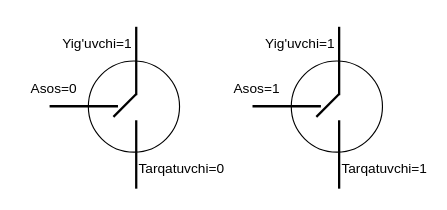
Above: source/python1/images/logical gate(transistor).drawio in MusulmonLolayev/ai-courses (draw.io), before the change. Source tidied: cells renumbered, new cells numbered last; positions are measured from the earlier drawing's top-left corner, leaving out a move shared by most shapes. Both pictures are drawn from the tidied source at 114%, with x=0, y=0 at pixel (19, 26).
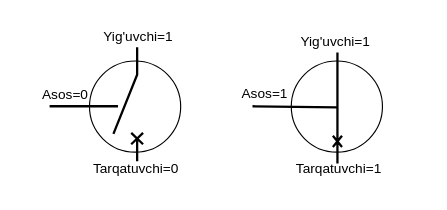
The same page after the edit.

Change to the diagram source:
```diff
@@
     <mxCell id="2" style="ellipse;whiteSpace=wrap;html=1;fillColor=none;" parent="1" vertex="1">
-      <mxGeometry x="60" y="30" width="80" height="80" as="geometry" />
+      <mxGeometry x="61" y="30" width="80" height="80" as="geometry" />
     </mxCell>
-    <mxCell id="3" style="endArrow=none;html=1;rounded=0;strokeWidth=2;" parent="1" edge="1">
-      <mxGeometry relative="1" as="geometry">
-        <mxPoint x="102" y="60" as="sourcePoint" />
-        <mxPoint x="102" as="targetPoint" />
-      </mxGeometry>
-    </mxCell>
-    <mxCell id="4" style="endArrow=none;html=1;rounded=0;strokeWidth=2;" parent="1" edge="1">
-      <mxGeometry relative="1" as="geometry">
-        <mxPoint x="102" y="142" as="sourcePoint" />
-        <mxPoint x="102" y="82" as="targetPoint" />
-      </mxGeometry>
-    </mxCell>
@@
-    <mxCell id="6" style="endArrow=none;html=1;rounded=0;strokeWidth=2;" parent="1" edge="1">
-      <mxGeometry relative="1" as="geometry">
-        <mxPoint x="82" y="79" as="sourcePoint" />
-        <mxPoint x="102" y="59" as="targetPoint" />
-      </mxGeometry>
-    </mxCell>
     <mxCell id="7" value="Yig'uvchi=1" style="text;html=1;align=center;verticalAlign=middle;whiteSpace=wrap;rounded=0;" parent="1" vertex="1">
-      <mxGeometry x="38" width="60" height="30" as="geometry" />
+      <mxGeometry x="74" y="-6" width="60" height="30" as="geometry" />
     </mxCell>
     <mxCell id="8" value="Asos=0" style="text;html=1;align=center;verticalAlign=middle;whiteSpace=wrap;rounded=0;" parent="1" vertex="1">
-      <mxGeometry y="40" width="60" height="30" as="geometry" />
+      <mxGeometry x="10" y="45" width="60" height="30" as="geometry" />
     </mxCell>
     <mxCell id="9" value="Tarqatuvchi=0" style="text;html=1;align=center;verticalAlign=middle;whiteSpace=wrap;rounded=0;" parent="1" vertex="1">
-      <mxGeometry x="112" y="110" width="60" height="30" as="geometry" />
+      <mxGeometry x="72" y="110" width="60" height="30" as="geometry" />
     </mxCell>
@@
-    <mxCell id="11" style="endArrow=none;html=1;rounded=0;strokeWidth=2;" parent="1" edge="1">
-      <mxGeometry relative="1" as="geometry">
-        <mxPoint x="280" y="60" as="sourcePoint" />
-        <mxPoint x="280" as="targetPoint" />
-      </mxGeometry>
-    </mxCell>
-    <mxCell id="12" style="endArrow=none;html=1;rounded=0;strokeWidth=2;" parent="1" edge="1">
-      <mxGeometry relative="1" as="geometry">
-        <mxPoint x="280" y="142" as="sourcePoint" />
-        <mxPoint x="280" y="82" as="targetPoint" />
-      </mxGeometry>
-    </mxCell>
-    <mxCell id="13" style="endArrow=none;html=1;rounded=0;strokeWidth=2;" parent="1" edge="1">
+    <mxCell id="13" style="endArrow=none;html=1;rounded=0;strokeWidth=2;entryX=0.495;entryY=0.805;entryDx=0;entryDy=0;entryPerimeter=0;" parent="1" edge="1" target="19">
       <mxGeometry relative="1" as="geometry">
         <mxPoint x="204" y="69.7" as="sourcePoint" />
-        <mxPoint x="264" y="69.7" as="targetPoint" />
       </mxGeometry>
     </mxCell>
-    <mxCell id="14" style="endArrow=none;html=1;rounded=0;strokeWidth=2;" parent="1" edge="1">
-      <mxGeometry relative="1" as="geometry">
-        <mxPoint x="260" y="79" as="sourcePoint" />
-        <mxPoint x="280" y="59" as="targetPoint" />
-      </mxGeometry>
-    </mxCell>
     <mxCell id="15" value="Yig'uvchi=1" style="text;html=1;align=center;verticalAlign=middle;whiteSpace=wrap;rounded=0;" parent="1" vertex="1">
-      <mxGeometry x="216" width="60" height="30" as="geometry" />
+      <mxGeometry x="247" y="-2" width="60" height="30" as="geometry" />
     </mxCell>
     <mxCell id="16" value="Asos=1" style="text;html=1;align=center;verticalAlign=middle;whiteSpace=wrap;rounded=0;" parent="1" vertex="1">
-      <mxGeometry x="178" y="40" width="60" height="30" as="geometry" />
+      <mxGeometry x="185" y="44" width="60" height="30" as="geometry" />
     </mxCell>
     <mxCell id="17" value="Tarqatuvchi=1" style="text;html=1;align=center;verticalAlign=middle;whiteSpace=wrap;rounded=0;" parent="1" vertex="1">
-      <mxGeometry x="290" y="110" width="60" height="30" as="geometry" />
+      <mxGeometry x="250" y="110" width="60" height="30" as="geometry" />
     </mxCell>
+    <mxCell id="18" style="verticalLabelPosition=bottom;shadow=0;dashed=0;align=center;html=1;verticalAlign=top;shape=mxgraph.electrical.electro-mechanical.circuitBreaker2;elSwitchState=off;direction=south;strokeWidth=2;flipV=0;flipH=1;" parent="1" vertex="1">
+      <mxGeometry x="82" y="18" width="26" height="100" as="geometry" />
+    </mxCell>
+    <mxCell id="19" style="verticalLabelPosition=bottom;shadow=0;dashed=0;align=center;html=1;verticalAlign=top;shape=mxgraph.electrical.electro-mechanical.circuitBreaker2;elSwitchState=on;strokeColor=default;fontFamily=Helvetica;fontSize=12;fontColor=default;fillColor=default;direction=south;strokeWidth=2;" parent="1" vertex="1">
+      <mxGeometry x="274.5" y="22.5" width="20" height="97.5" as="geometry" />
+    </mxCell>
```
